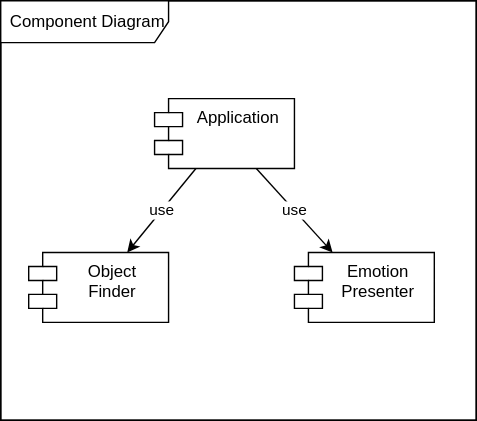
an-dr/VisioneR keeps this draw.io diagram as doc/architecture/dep.drawio.svg. Above is the earlier version. Source tidied: cells renumbered, new cells last; positions are measured from the earlier drawing's top-left corner, leaving out a move shared by most shapes. The source it was exported from:
```xml
<mxGraphModel>
  <root>
    <mxCell id="0" />
    <mxCell id="1" parent="0" />
    <mxCell id="2" style="rounded=0;whiteSpace=wrap;html=1;" parent="1" vertex="1">
      <mxGeometry width="340" height="300" as="geometry" />
    </mxCell>
    <mxCell id="3" value="Component Diagram" style="shape=umlFrame;whiteSpace=wrap;html=1;width=120;height=30;boundedLbl=1;verticalAlign=middle;align=left;spacingLeft=5;" parent="1" vertex="1">
      <mxGeometry width="340" height="300" as="geometry" />
    </mxCell>
    <mxCell id="4" value="use" style="edgeStyle=none;html=1;" parent="1" edge="1" source="6" target="7">
      <mxGeometry relative="1" as="geometry" />
    </mxCell>
    <mxCell id="5" value="use" style="edgeStyle=none;html=1;" parent="1" edge="1" source="6" target="8">
      <mxGeometry relative="1" as="geometry" />
    </mxCell>
    <mxCell id="6" value="Application" style="shape=module;align=left;spacingLeft=20;align=center;verticalAlign=top;" parent="1" vertex="1">
      <mxGeometry x="110" y="70" width="100" height="50" as="geometry" />
    </mxCell>
    <mxCell id="7" value="Object &#10;Finder" style="shape=module;align=left;spacingLeft=20;align=center;verticalAlign=top;" parent="1" vertex="1">
      <mxGeometry x="20" y="180" width="100" height="50" as="geometry" />
    </mxCell>
    <mxCell id="8" value="Emotion &#10;Presenter" style="shape=module;align=left;spacingLeft=20;align=center;verticalAlign=top;" parent="1" vertex="1">
      <mxGeometry x="210" y="180" width="100" height="50" as="geometry" />
    </mxCell>
  </root>
</mxGraphModel>
```
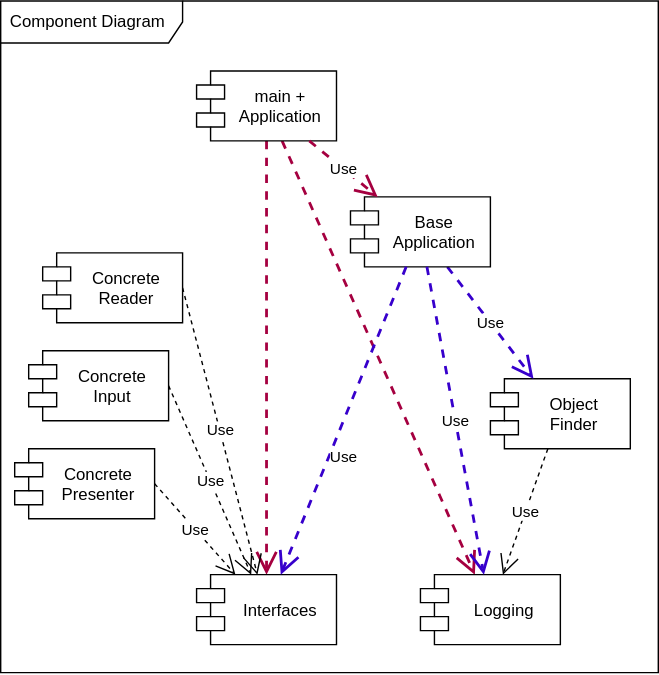
After the change.

What changed in the source:
```diff
@@ -1,27 +1,63 @@
-<mxGraphModel>
+<mxGraphModel background="#ffffff">
   <root>
     <mxCell id="0" />
     <mxCell id="1" parent="0" />
-    <mxCell id="2" style="rounded=0;whiteSpace=wrap;html=1;" parent="1" vertex="1">
-      <mxGeometry width="340" height="300" as="geometry" />
-    </mxCell>
-    <mxCell id="3" value="Component Diagram" style="shape=umlFrame;whiteSpace=wrap;html=1;width=120;height=30;boundedLbl=1;verticalAlign=middle;align=left;spacingLeft=5;" parent="1" vertex="1">
-      <mxGeometry width="340" height="300" as="geometry" />
+    <mxCell id="3" value="Component Diagram" style="shape=umlFrame;whiteSpace=wrap;html=1;width=130;height=30;boundedLbl=1;verticalAlign=middle;align=left;spacingLeft=5;" parent="1" vertex="1">
+      <mxGeometry x="80" y="-70" width="470" height="480" as="geometry" />
     </mxCell>
-    <mxCell id="4" value="use" style="edgeStyle=none;html=1;" parent="1" edge="1" source="6" target="7">
-      <mxGeometry relative="1" as="geometry" />
-    </mxCell>
-    <mxCell id="5" value="use" style="edgeStyle=none;html=1;" parent="1" edge="1" source="6" target="8">
-      <mxGeometry relative="1" as="geometry" />
-    </mxCell>
+    <mxCell id="9" style="edgeStyle=none;html=1;endArrow=open;endSize=12;dashed=1;fillColor=#d80073;strokeColor=#A50040;strokeWidth=2;" parent="1" edge="1" source="6" target="17">
+      <mxGeometry relative="1" as="geometry" />
+    </mxCell>
+    <mxCell id="10" style="edgeStyle=none;html=1;endArrow=open;endSize=12;dashed=1;fillColor=#d80073;strokeColor=#A50040;strokeWidth=2;" parent="1" edge="1" source="6" target="2">
+      <mxGeometry relative="1" as="geometry" />
+    </mxCell>
-    <mxCell id="6" value="Application" style="shape=module;align=left;spacingLeft=20;align=center;verticalAlign=top;" parent="1" vertex="1">
-      <mxGeometry x="110" y="70" width="100" height="50" as="geometry" />
+    <mxCell id="6" value="main +&#10;Application" style="shape=module;align=left;spacingLeft=20;align=center;verticalAlign=middle;" parent="1" vertex="1">
+      <mxGeometry x="220" y="-20" width="100" height="50" as="geometry" />
     </mxCell>
-    <mxCell id="7" value="Object &#10;Finder" style="shape=module;align=left;spacingLeft=20;align=center;verticalAlign=top;" parent="1" vertex="1">
-      <mxGeometry x="20" y="180" width="100" height="50" as="geometry" />
+    <mxCell id="7" value="Object &#10;Finder" style="shape=module;align=left;spacingLeft=20;align=center;verticalAlign=middle;" parent="1" vertex="1">
+      <mxGeometry x="430" y="200" width="100" height="50" as="geometry" />
     </mxCell>
-    <mxCell id="8" value="Emotion &#10;Presenter" style="shape=module;align=left;spacingLeft=20;align=center;verticalAlign=top;" parent="1" vertex="1">
-      <mxGeometry x="210" y="180" width="100" height="50" as="geometry" />
+    <mxCell id="8" value="Concrete&#10;Presenter" style="shape=module;align=left;spacingLeft=20;align=center;verticalAlign=middle;" parent="1" vertex="1">
+      <mxGeometry x="90" y="250" width="100" height="50" as="geometry" />
     </mxCell>
+    <mxCell id="2" value="Logging" style="shape=module;align=left;spacingLeft=20;align=center;verticalAlign=middle;" parent="1" vertex="1">
+      <mxGeometry x="380" y="340" width="100" height="50" as="geometry" />
+    </mxCell>
+    <mxCell id="11" value="Use" style="endArrow=open;endSize=12;dashed=1;html=1;fillColor=#6a00ff;strokeColor=#3700CC;strokeWidth=2;" parent="1" edge="1" source="14" target="7">
+      <mxGeometry relative="1" as="geometry" />
+    </mxCell>
+    <mxCell id="12" value="Concrete&#10;Reader" style="shape=module;align=left;spacingLeft=20;align=center;verticalAlign=middle;" parent="1" vertex="1">
+      <mxGeometry x="110" y="110" width="100" height="50" as="geometry" />
+    </mxCell>
+    <mxCell id="13" value="Concrete&#10;Input" style="shape=module;align=left;spacingLeft=20;align=center;verticalAlign=middle;" parent="1" vertex="1">
+      <mxGeometry x="100" y="180" width="100" height="50" as="geometry" />
+    </mxCell>
+    <mxCell id="14" value="Base&#10;Application" style="shape=module;align=left;spacingLeft=20;align=center;verticalAlign=middle;" parent="1" vertex="1">
+      <mxGeometry x="330" y="70" width="100" height="50" as="geometry" />
+    </mxCell>
+    <mxCell id="15" value="Use" style="endArrow=open;endSize=12;dashed=1;html=1;" parent="1" edge="1" source="7" target="2">
+      <mxGeometry relative="1" as="geometry" />
+    </mxCell>
+    <mxCell id="16" value="Use" style="endArrow=open;endSize=12;dashed=1;html=1;fillColor=#6a00ff;strokeColor=#3700CC;strokeWidth=2;" parent="1" edge="1" source="14" target="2">
+      <mxGeometry relative="1" as="geometry" />
+    </mxCell>
+    <mxCell id="17" value="Interfaces" style="shape=module;align=left;spacingLeft=20;align=center;verticalAlign=middle;" parent="1" vertex="1">
+      <mxGeometry x="220" y="340" width="100" height="50" as="geometry" />
+    </mxCell>
+    <mxCell id="18" value="Use" style="endArrow=open;endSize=12;dashed=1;html=1;exitX=1;exitY=0.5;exitDx=0;exitDy=0;" parent="1" edge="1" source="13" target="17">
+      <mxGeometry relative="1" as="geometry" />
+    </mxCell>
+    <mxCell id="19" value="Use" style="endArrow=open;endSize=12;dashed=1;html=1;exitX=1;exitY=0.5;exitDx=0;exitDy=0;" parent="1" edge="1" source="8" target="17">
+      <mxGeometry relative="1" as="geometry" />
+    </mxCell>
+    <mxCell id="20" value="Use" style="endArrow=open;endSize=12;dashed=1;html=1;exitX=1;exitY=0.5;exitDx=0;exitDy=0;" parent="1" edge="1" source="12" target="17">
+      <mxGeometry relative="1" as="geometry" />
+    </mxCell>
+    <mxCell id="21" value="Use" style="endArrow=open;endSize=12;dashed=1;html=1;fillColor=#6a00ff;strokeColor=#3700CC;strokeWidth=2;" parent="1" edge="1" source="14" target="17">
+      <mxGeometry x="0.2" y="10" relative="1" as="geometry" />
+    </mxCell>
+    <mxCell id="22" value="Use" style="endArrow=open;endSize=12;dashed=1;html=1;fillColor=#d80073;strokeColor=#A50040;strokeWidth=2;" parent="1" edge="1" source="6" target="14">
+      <mxGeometry relative="1" as="geometry" />
+    </mxCell>
   </root>
 </mxGraphModel>
```
